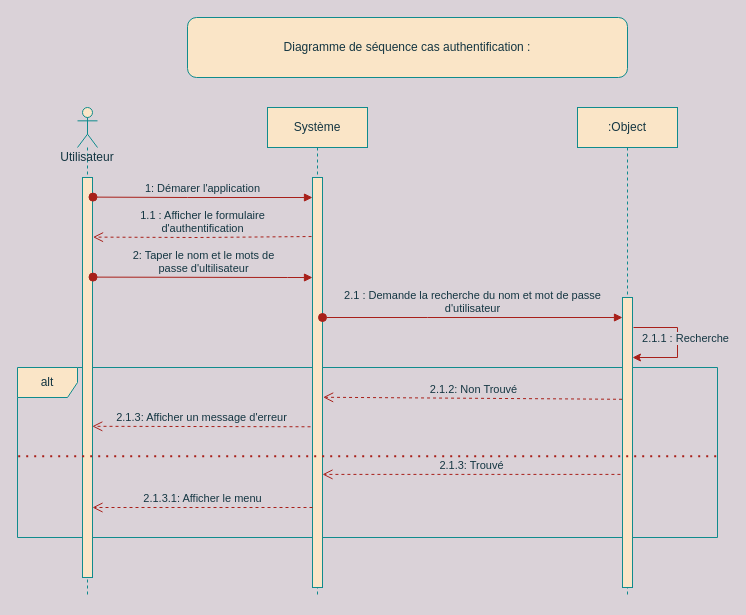
Before: page "Authentification" (1 of 2) of Sequence Diagram.drawio in jp-sft/Web-Service, a draw.io diagram. Source tidied: cells renumbered, new cells numbered last; positions are measured from the earlier drawing's top-left corner, leaving out a move shared by most shapes. Both pictures are drawn from the tidied source at 100%, with x=0, y=0 at pixel (17, 17).
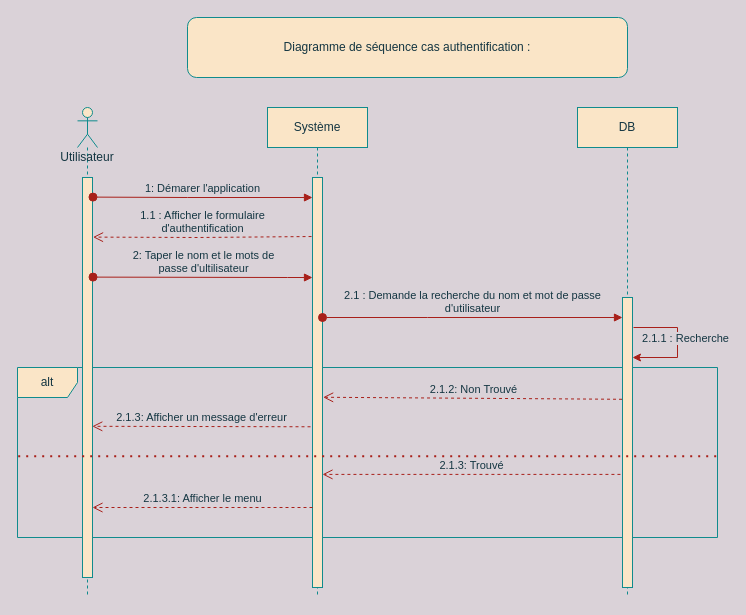
The same diagram, later.

Change to the diagram source:
```diff
@@
-    <mxCell id="11" value=":Object" style="shape=umlLifeline;perimeter=lifelinePerimeter;whiteSpace=wrap;html=1;fillColor=#FAE5C7;strokeColor=#0F8B8D;fontColor=#143642;" parent="1" vertex="1">
+    <mxCell id="11" value="DB" style="shape=umlLifeline;perimeter=lifelinePerimeter;whiteSpace=wrap;html=1;fillColor=#FAE5C7;strokeColor=#0F8B8D;fontColor=#143642;" parent="1" vertex="1">
       <mxGeometry x="560" y="90" width="100" height="490" as="geometry" />
     </mxCell>
```
